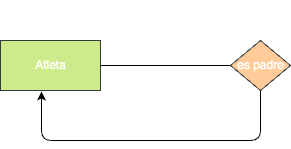
Above: Tareas/Unidad_2/tarea1/Ejercicio5.drawio.png in antonioinigo/base-datos (draw.io), before the change. Source tidied: cells renumbered, new cells last; positions are measured from the earlier drawing's top-left corner, leaving out a move shared by most shapes.
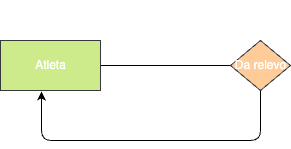
The same diagram one commit later.

What changed in the source:
```diff
@@ -15,7 +15,7 @@
         </Array>
       </mxGeometry>
     </mxCell>
-    <mxCell id="5" value="&lt;font&gt;es padre&lt;br&gt;&lt;/font&gt;" style="shape=rhombus;html=1;dashed=0;whitespace=wrap;perimeter=rhombusPerimeter;fillColor=#ffcc99;strokeColor=#36393d;fontColor=#FFFFFF;" parent="1" vertex="1">
+    <mxCell id="5" value="&lt;font&gt;Da relevo&lt;br&gt;&lt;/font&gt;" style="shape=rhombus;html=1;dashed=0;whitespace=wrap;perimeter=rhombusPerimeter;fillColor=#ffcc99;strokeColor=#36393d;fontColor=#FFFFFF;" parent="1" vertex="1">
       <mxGeometry x="230" y="40" width="60" height="50" as="geometry" />
     </mxCell>
     <mxCell id="6" value="0:1" style="text;html=1;align=center;verticalAlign=middle;strokeColor=none;fillColor=none;fontColor=#FFFFFF;" parent="1" vertex="1">
```
